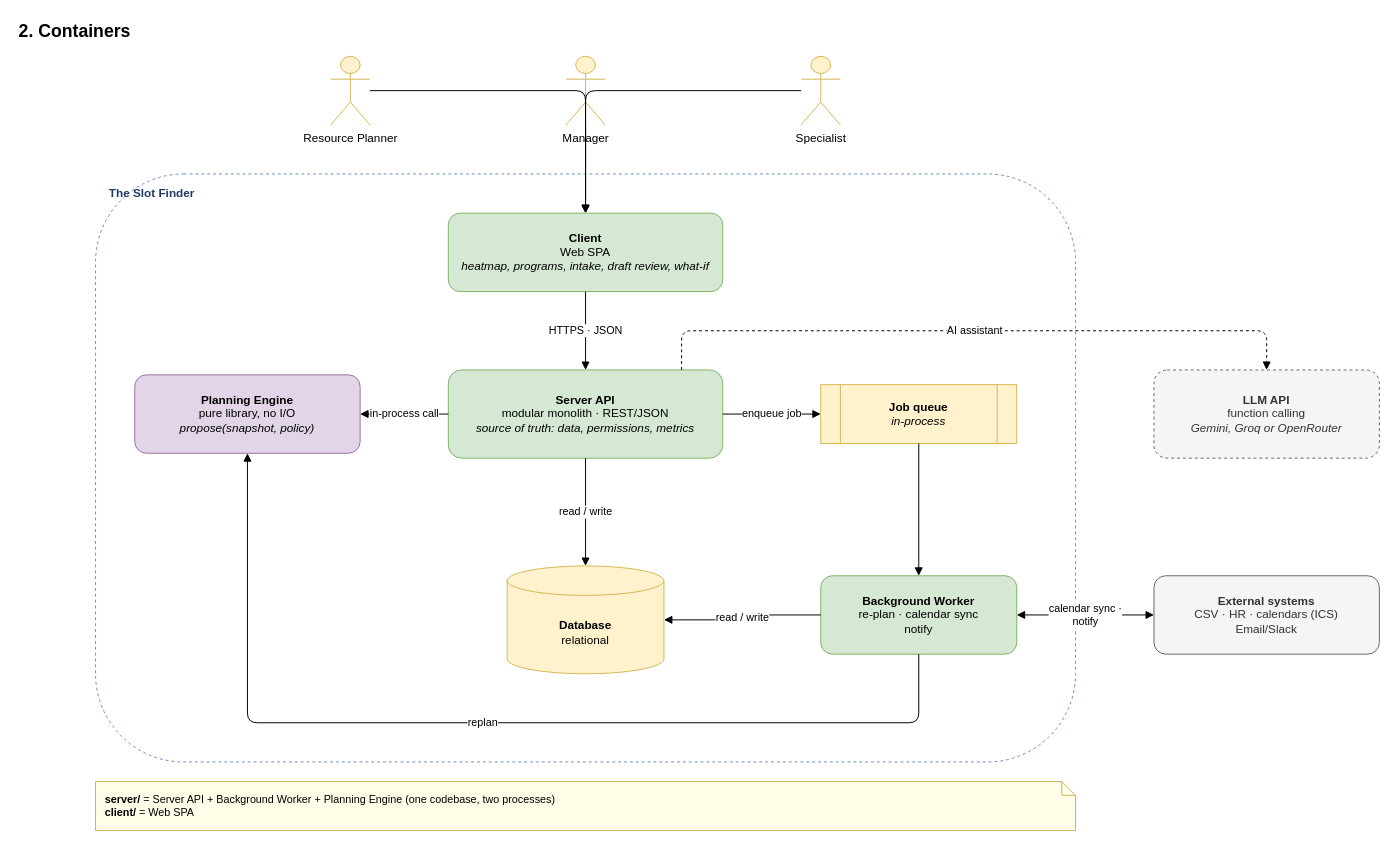
dophnamm/the-slot-finder keeps this draw.io diagram as page "2. Containers" (2 of 9) of docs/architecture.drawio. Above is the earlier version. Source tidied: cells renumbered, new cells numbered last; positions are measured from the earlier drawing's top-left corner, leaving out a move shared by most shapes. Both pictures are drawn from the tidied source at 98%, with x=0, y=0 at pixel (17, 17).
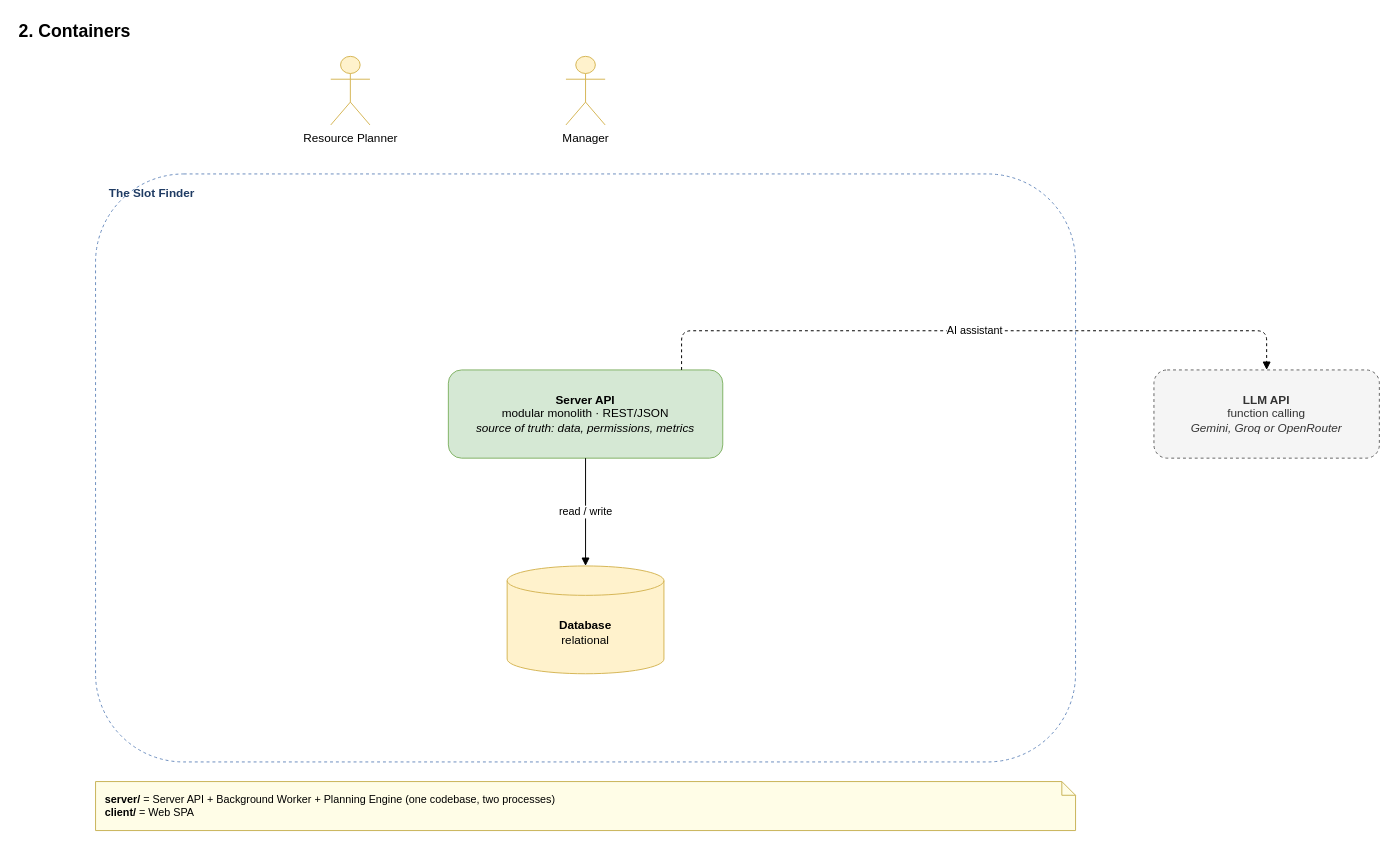
Above is the later version.

Unchanged cells that the change refers to:
```xml
<mxCell id="3" value="Resource Planner" style="shape=umlActor;verticalLabelPosition=bottom;verticalAlign=top;html=1;outlineConnect=0;fillColor=#fff2cc;strokeColor=#d6b656;" parent="1" vertex="1">
  <mxGeometry x="320" y="40" width="40" height="70" as="geometry" />
</mxCell>
<mxCell id="4" value="Manager" style="shape=umlActor;verticalLabelPosition=bottom;verticalAlign=top;html=1;outlineConnect=0;fillColor=#fff2cc;strokeColor=#d6b656;" parent="1" vertex="1">
  <mxGeometry x="560" y="40" width="40" height="70" as="geometry" />
</mxCell>
<mxCell id="8" value="&lt;b&gt;Server API&lt;/b&gt;&lt;br&gt;modular monolith · REST/JSON&lt;br&gt;&lt;i&gt;source of truth: data, permissions, metrics&lt;/i&gt;" style="rounded=1;whiteSpace=wrap;html=1;fillColor=#d5e8d4;strokeColor=#82b366;" parent="1" vertex="1">
  <mxGeometry x="440" y="360" width="280" height="90" as="geometry" />
</mxCell>
<mxCell id="12" value="&lt;b&gt;Database&lt;/b&gt;&lt;br&gt;relational" style="shape=cylinder3;whiteSpace=wrap;html=1;boundedLbl=1;backgroundOutline=1;size=15;fillColor=#fff2cc;strokeColor=#d6b656;" parent="1" vertex="1">
  <mxGeometry x="500" y="560" width="160" height="110" as="geometry" />
</mxCell>
```

Change to the diagram source:
```diff
@@
-    <mxCell id="5" value="Specialist" style="shape=umlActor;verticalLabelPosition=bottom;verticalAlign=top;html=1;outlineConnect=0;fillColor=#fff2cc;strokeColor=#d6b656;" parent="1" vertex="1">
-      <mxGeometry x="800" y="40" width="40" height="70" as="geometry" />
-    </mxCell>
@@
-    <mxCell id="7" value="&lt;b&gt;Client&lt;/b&gt;&lt;br&gt;Web SPA&lt;br&gt;&lt;i&gt;heatmap, programs, intake, draft review, what-if&lt;/i&gt;" style="rounded=1;whiteSpace=wrap;html=1;fillColor=#d5e8d4;strokeColor=#82b366;" parent="1" vertex="1">
-      <mxGeometry x="440" y="200" width="280" height="80" as="geometry" />
-    </mxCell>
@@
-    <mxCell id="9" value="&lt;b&gt;Planning Engine&lt;/b&gt;&lt;br&gt;pure library, no I/O&lt;br&gt;&lt;i&gt;propose(snapshot, policy)&lt;/i&gt;" style="rounded=1;whiteSpace=wrap;html=1;fillColor=#e1d5e7;strokeColor=#9673a6;" parent="1" vertex="1">
-      <mxGeometry x="120" y="365" width="230" height="80" as="geometry" />
-    </mxCell>
-    <mxCell id="10" value="&lt;b&gt;Job queue&lt;/b&gt;&lt;br&gt;&lt;i&gt;in-process&lt;/i&gt;" style="shape=process;whiteSpace=wrap;html=1;backgroundOutline=1;fillColor=#fff2cc;strokeColor=#d6b656;" parent="1" vertex="1">
-      <mxGeometry x="820" y="375" width="200" height="60" as="geometry" />
-    </mxCell>
-    <mxCell id="11" value="&lt;b&gt;Background Worker&lt;/b&gt;&lt;br&gt;re-plan · calendar sync&lt;br&gt;notify" style="rounded=1;whiteSpace=wrap;html=1;fillColor=#d5e8d4;strokeColor=#82b366;" parent="1" vertex="1">
-      <mxGeometry x="820" y="570" width="200" height="80" as="geometry" />
-    </mxCell>
@@
-    <mxCell id="13" value="&lt;b&gt;External systems&lt;/b&gt;&lt;br&gt;CSV · HR · calendars (ICS)&lt;br&gt;Email/Slack" style="rounded=1;whiteSpace=wrap;html=1;fillColor=#f5f5f5;strokeColor=#666666;fontColor=#333333;" parent="1" vertex="1">
-      <mxGeometry x="1160" y="570" width="230" height="80" as="geometry" />
-    </mxCell>
-    <mxCell id="14" style="edgeStyle=orthogonalEdgeStyle;rounded=1;html=1;endArrow=block;endFill=1;fontSize=11;labelBackgroundColor=#ffffff;" parent="1" edge="1" source="3" target="7">
+    <mxCell id="14" style="edgeStyle=orthogonalEdgeStyle;rounded=1;html=1;endArrow=block;endFill=1;fontSize=11;labelBackgroundColor=#ffffff;" parent="1" edge="1" source="3">
       <mxGeometry relative="1" as="geometry" />
     </mxCell>
-    <mxCell id="15" style="edgeStyle=orthogonalEdgeStyle;rounded=1;html=1;endArrow=block;endFill=1;fontSize=11;labelBackgroundColor=#ffffff;" parent="1" edge="1" source="4" target="7">
+    <mxCell id="15" style="edgeStyle=orthogonalEdgeStyle;rounded=1;html=1;endArrow=block;endFill=1;fontSize=11;labelBackgroundColor=#ffffff;" parent="1" edge="1" source="4">
       <mxGeometry relative="1" as="geometry" />
     </mxCell>
-    <mxCell id="16" style="edgeStyle=orthogonalEdgeStyle;rounded=1;html=1;endArrow=block;endFill=1;fontSize=11;labelBackgroundColor=#ffffff;" parent="1" edge="1" source="5" target="7">
+    <mxCell id="16" style="edgeStyle=orthogonalEdgeStyle;rounded=1;html=1;endArrow=block;endFill=1;fontSize=11;labelBackgroundColor=#ffffff;" parent="1" edge="1">
       <mxGeometry relative="1" as="geometry" />
     </mxCell>
-    <mxCell id="17" value="HTTPS · JSON" style="edgeStyle=orthogonalEdgeStyle;rounded=1;html=1;endArrow=block;endFill=1;fontSize=11;labelBackgroundColor=#ffffff;" parent="1" edge="1" source="7" target="8">
+    <mxCell id="17" value="HTTPS · JSON" style="edgeStyle=orthogonalEdgeStyle;rounded=1;html=1;endArrow=block;endFill=1;fontSize=11;labelBackgroundColor=#ffffff;" parent="1" edge="1" target="8">
       <mxGeometry relative="1" as="geometry" />
     </mxCell>
-    <mxCell id="18" value="in-process call" style="edgeStyle=orthogonalEdgeStyle;rounded=1;html=1;endArrow=block;endFill=1;fontSize=11;labelBackgroundColor=#ffffff;" parent="1" edge="1" source="8" target="9">
+    <mxCell id="18" value="in-process call" style="edgeStyle=orthogonalEdgeStyle;rounded=1;html=1;endArrow=block;endFill=1;fontSize=11;labelBackgroundColor=#ffffff;" parent="1" edge="1" source="8">
       <mxGeometry relative="1" as="geometry" />
     </mxCell>
@@
-    <mxCell id="20" value="enqueue job" style="edgeStyle=orthogonalEdgeStyle;rounded=1;html=1;endArrow=block;endFill=1;fontSize=11;labelBackgroundColor=#ffffff;" parent="1" edge="1" source="8" target="10">
+    <mxCell id="20" value="enqueue job" style="edgeStyle=orthogonalEdgeStyle;rounded=1;html=1;endArrow=block;endFill=1;fontSize=11;labelBackgroundColor=#ffffff;" parent="1" edge="1" source="8">
       <mxGeometry relative="1" as="geometry" />
     </mxCell>
-    <mxCell id="21" style="edgeStyle=orthogonalEdgeStyle;rounded=1;html=1;endArrow=block;endFill=1;fontSize=11;labelBackgroundColor=#ffffff;" parent="1" edge="1" source="10" target="11">
+    <mxCell id="21" style="edgeStyle=orthogonalEdgeStyle;rounded=1;html=1;endArrow=block;endFill=1;fontSize=11;labelBackgroundColor=#ffffff;" parent="1" edge="1">
       <mxGeometry relative="1" as="geometry" />
     </mxCell>
-    <mxCell id="22" value="read / write" style="edgeStyle=orthogonalEdgeStyle;rounded=1;html=1;endArrow=block;endFill=1;fontSize=11;labelBackgroundColor=#ffffff;" parent="1" edge="1" source="11" target="12">
+    <mxCell id="22" value="read / write" style="edgeStyle=orthogonalEdgeStyle;rounded=1;html=1;endArrow=block;endFill=1;fontSize=11;labelBackgroundColor=#ffffff;" parent="1" edge="1" target="12">
       <mxGeometry relative="1" as="geometry" />
     </mxCell>
-    <mxCell id="23" value="replan" style="edgeStyle=orthogonalEdgeStyle;rounded=1;html=1;endArrow=block;endFill=1;fontSize=11;labelBackgroundColor=#ffffff;exitX=0.5;exitY=1;exitDx=0;exitDy=0;entryX=0.5;entryY=1;entryDx=0;entryDy=0;" parent="1" edge="1" source="11" target="9">
+    <mxCell id="23" value="replan" style="edgeStyle=orthogonalEdgeStyle;rounded=1;html=1;endArrow=block;endFill=1;fontSize=11;labelBackgroundColor=#ffffff;exitX=0.5;exitY=1;exitDx=0;exitDy=0;entryX=0.5;entryY=1;entryDx=0;entryDy=0;" parent="1" edge="1">
       <mxGeometry relative="1" as="geometry">
         <Array as="points">
           <mxPoint x="920" y="720" />
           <mxPoint x="235" y="720" />
         </Array>
       </mxGeometry>
     </mxCell>
-    <mxCell id="24" value="calendar sync ·&lt;br&gt;notify" style="edgeStyle=orthogonalEdgeStyle;rounded=1;html=1;endArrow=block;endFill=1;startArrow=block;startFill=1;fontSize=11;labelBackgroundColor=#ffffff;" parent="1" edge="1" source="11" target="13">
+    <mxCell id="24" value="calendar sync ·&lt;br&gt;notify (later)" style="edgeStyle=orthogonalEdgeStyle;rounded=1;html=1;endArrow=block;endFill=1;startArrow=block;startFill=1;fontSize=11;labelBackgroundColor=#ffffff;" parent="1" edge="1">
       <mxGeometry relative="1" as="geometry" />
     </mxCell>
```
